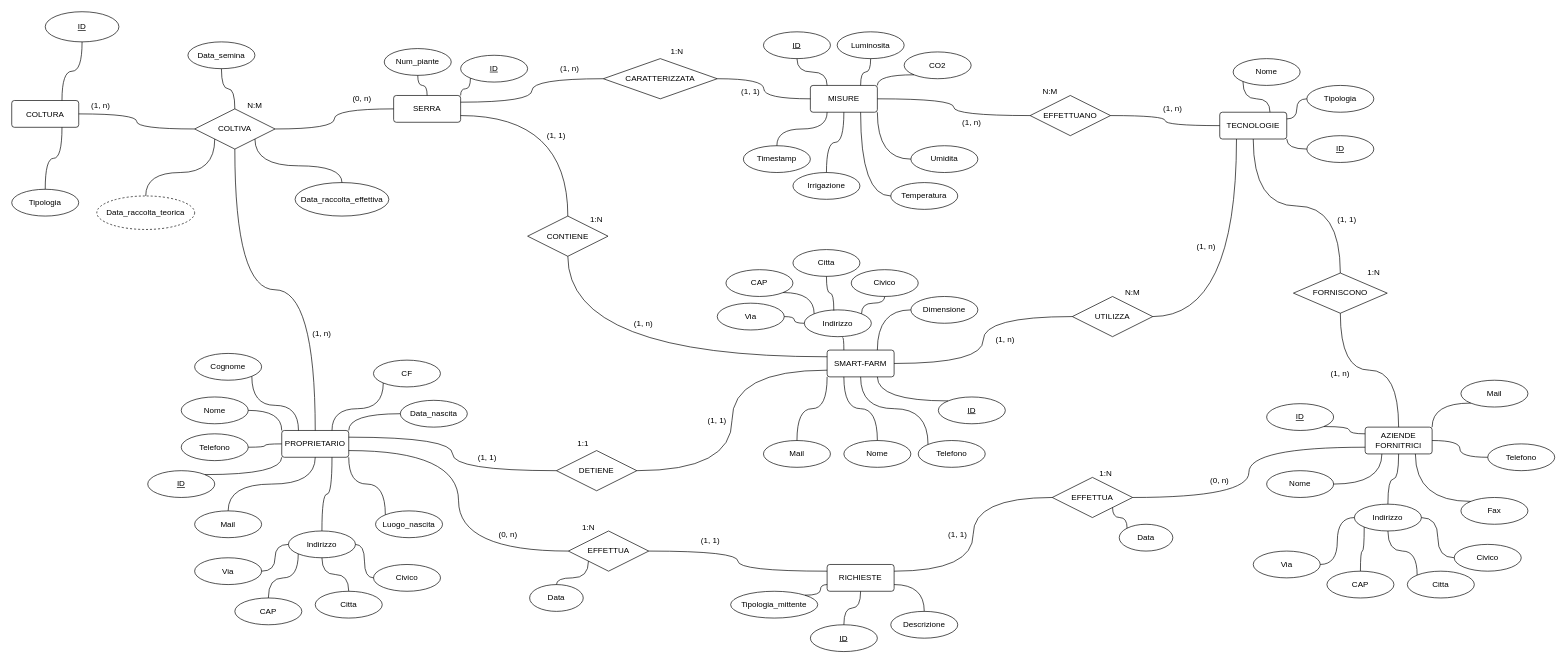
eliafelletti/smart-farm-laravel keeps this draw.io diagram as Modello_ER_Smart_Farm.drawio. Above is the earlier version. Source tidied: cells renumbered, new cells numbered last; positions are measured from the earlier drawing's top-left corner, leaving out a move shared by most shapes. Both pictures are drawn from the tidied source at 67%, with x=0, y=0 at pixel (11, 11).
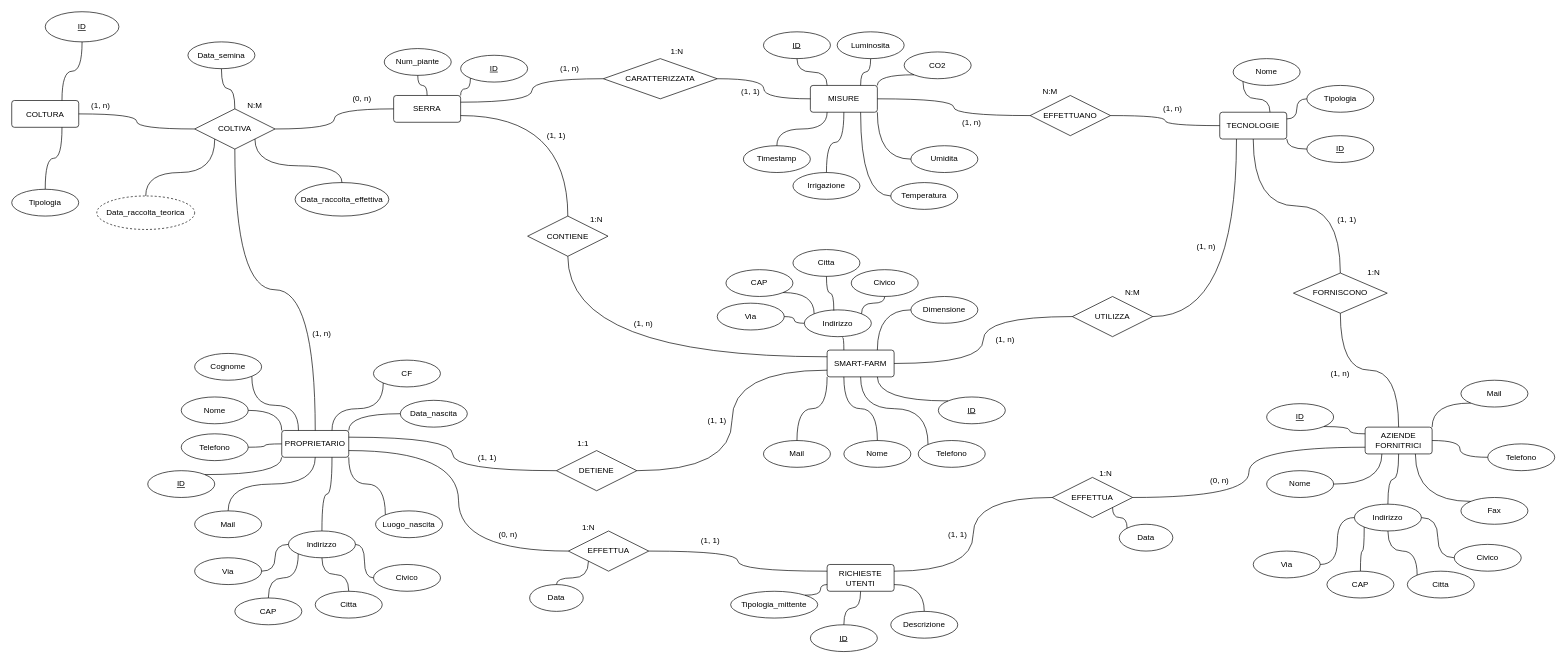
The same diagram, later.

The edit, as a diff of the source:
```diff
@@
-    <mxCell id="153" value="RICHIESTE" style="rounded=1;arcSize=10;whiteSpace=wrap;html=1;align=center;" parent="1" vertex="1">
+    <mxCell id="153" value="&lt;div&gt;RICHIESTE UTENTI&lt;br&gt;&lt;/div&gt;" style="rounded=1;arcSize=10;whiteSpace=wrap;html=1;align=center;" parent="1" vertex="1">
       <mxGeometry x="1217" y="825" width="100" height="40" as="geometry" />
     </mxCell>
```
